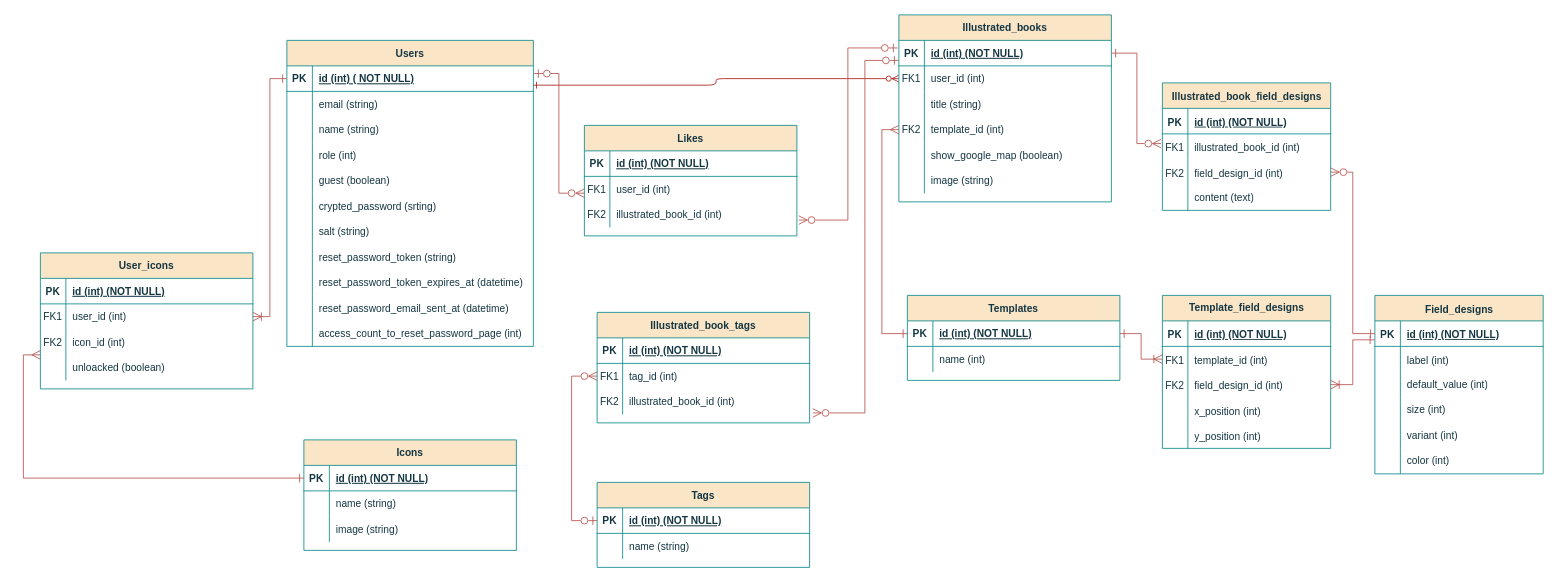
Before: ER図.drawio in furukoshi12/zukan-create, a draw.io diagram. Source tidied: cells renumbered, new cells numbered last; positions are measured from the earlier drawing's top-left corner, leaving out a move shared by most shapes. Both pictures are drawn from the tidied source at 85%, with x=0, y=0 at pixel (23, 14).
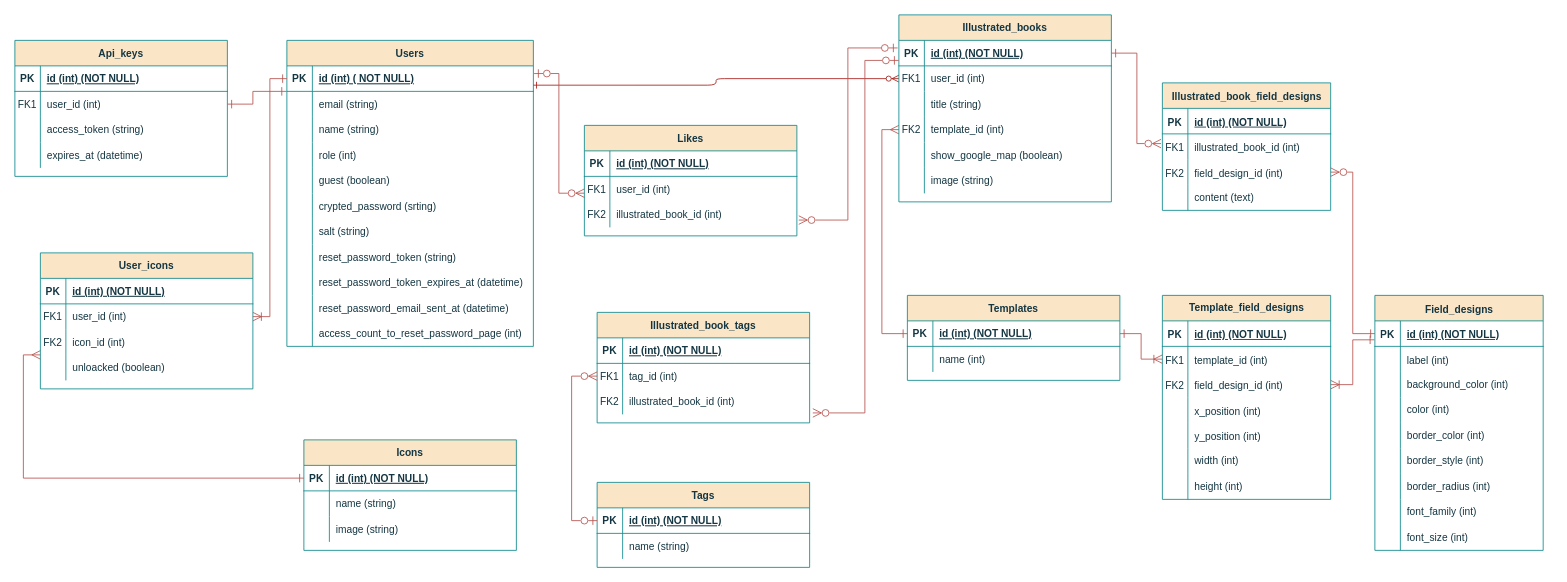
After the change.

Commit message:
ER図.drawio を更新します

Unchanged cells that the change refers to:
```xml
<mxCell id="97" style="shape=tableRow;horizontal=0;startSize=0;swimlaneHead=0;swimlaneBody=0;fillColor=none;top=0;left=0;right=0;bottom=0;strokeColor=#0F8B8D;fontSize=16;fontColor=#143642;" parent="90" vertex="1">
  <mxGeometry y="90" width="198" height="30" as="geometry" />
</mxCell>
<mxCell id="100" style="shape=tableRow;horizontal=0;startSize=0;swimlaneHead=0;swimlaneBody=0;fillColor=none;top=0;left=0;right=0;bottom=0;strokeColor=#0F8B8D;fontSize=16;fontColor=#143642;" parent="90" vertex="1">
  <mxGeometry y="120" width="198" height="30" as="geometry" />
</mxCell>
<mxCell id="103" style="shape=tableRow;horizontal=0;startSize=0;swimlaneHead=0;swimlaneBody=0;fillColor=none;top=0;left=0;right=0;bottom=0;strokeColor=#0F8B8D;fontSize=16;fontColor=#143642;" parent="90" vertex="1">
  <mxGeometry y="150" width="198" height="30" as="geometry" />
</mxCell>
<mxCell id="106" style="shape=tableRow;horizontal=0;startSize=0;swimlaneHead=0;swimlaneBody=0;fillColor=none;top=0;left=0;right=0;bottom=0;strokeColor=#0F8B8D;fontSize=16;fontColor=#143642;" parent="90" vertex="1">
  <mxGeometry y="180" width="198" height="30" as="geometry" />
</mxCell>
```

The edit, as a diff of the source:
```diff
@@
     <mxCell id="90" value="&lt;span style=&quot;font-size: 12px;&quot;&gt;Field_designs&lt;/span&gt;" style="shape=table;startSize=30;childLayout=tableLayout;rowLines=0;fontStyle=1;align=center;html=1;strokeColor=#0F8B8D;fontSize=16;fontColor=#143642;fillColor=#FAE5C7;" parent="1" vertex="1">
-      <mxGeometry x="1590" y="330" width="198" height="210" as="geometry" />
+      <mxGeometry x="1590" y="330" width="198" height="300" as="geometry" />
     </mxCell>
@@
-    <mxCell id="99" value="default_value (int)" style="shape=partialRectangle;fillColor=none;top=0;left=0;bottom=0;right=0;align=left;spacingLeft=6;overflow=hidden;whiteSpace=wrap;html=1;strokeColor=#0F8B8D;fontSize=12;fontColor=#143642;" parent="97" vertex="1">
+    <mxCell id="99" value="background_color (int)" style="shape=partialRectangle;fillColor=none;top=0;left=0;bottom=0;right=0;align=left;spacingLeft=6;overflow=hidden;whiteSpace=wrap;html=1;strokeColor=#0F8B8D;fontSize=12;fontColor=#143642;" parent="97" vertex="1">
       <mxGeometry x="30" width="168" height="30" as="geometry" />
     </mxCell>
@@
-    <mxCell id="102" value="size (int)" style="shape=partialRectangle;fillColor=none;top=0;left=0;bottom=0;right=0;align=left;spacingLeft=6;overflow=hidden;whiteSpace=wrap;html=1;strokeColor=#0F8B8D;fontSize=12;fontColor=#143642;" parent="100" vertex="1">
+    <mxCell id="102" value="color (int)" style="shape=partialRectangle;fillColor=none;top=0;left=0;bottom=0;right=0;align=left;spacingLeft=6;overflow=hidden;whiteSpace=wrap;html=1;strokeColor=#0F8B8D;fontSize=12;fontColor=#143642;" parent="100" vertex="1">
       <mxGeometry x="30" width="168" height="30" as="geometry" />
     </mxCell>
@@
-    <mxCell id="105" value="variant (int)" style="shape=partialRectangle;fillColor=none;top=0;left=0;bottom=0;right=0;align=left;spacingLeft=6;overflow=hidden;whiteSpace=wrap;html=1;strokeColor=#0F8B8D;fontSize=12;fontColor=#143642;" parent="103" vertex="1">
+    <mxCell id="105" value="border_color (int)" style="shape=partialRectangle;fillColor=none;top=0;left=0;bottom=0;right=0;align=left;spacingLeft=6;overflow=hidden;whiteSpace=wrap;html=1;strokeColor=#0F8B8D;fontSize=12;fontColor=#143642;" parent="103" vertex="1">
       <mxGeometry x="30" width="168" height="30" as="geometry" />
     </mxCell>
@@
-    <mxCell id="108" value="color (int)" style="shape=partialRectangle;fillColor=none;top=0;left=0;bottom=0;right=0;align=left;spacingLeft=6;overflow=hidden;whiteSpace=wrap;html=1;strokeColor=#0F8B8D;fontSize=12;fontColor=#143642;" parent="106" vertex="1">
+    <mxCell id="108" value="border_style (int)" style="shape=partialRectangle;fillColor=none;top=0;left=0;bottom=0;right=0;align=left;spacingLeft=6;overflow=hidden;whiteSpace=wrap;html=1;strokeColor=#0F8B8D;fontSize=12;fontColor=#143642;" parent="106" vertex="1">
       <mxGeometry x="30" width="168" height="30" as="geometry" />
     </mxCell>
+    <mxCell id="174" style="shape=tableRow;horizontal=0;startSize=0;swimlaneHead=0;swimlaneBody=0;fillColor=none;top=0;left=0;right=0;bottom=0;strokeColor=#0F8B8D;fontSize=16;fontColor=#143642;" parent="90" vertex="1">
+      <mxGeometry y="210" width="198" height="30" as="geometry" />
+    </mxCell>
+    <mxCell id="175" style="shape=partialRectangle;fillColor=none;top=0;left=0;bottom=0;right=0;overflow=hidden;whiteSpace=wrap;html=1;strokeColor=#0F8B8D;fontSize=16;fontColor=#143642;" parent="174" vertex="1">
+      <mxGeometry width="30" height="30" as="geometry" />
+    </mxCell>
+    <mxCell id="176" value="border_radius (int)" style="shape=partialRectangle;fillColor=none;top=0;left=0;bottom=0;right=0;align=left;spacingLeft=6;overflow=hidden;whiteSpace=wrap;html=1;strokeColor=#0F8B8D;fontSize=12;fontColor=#143642;" parent="174" vertex="1">
+      <mxGeometry x="30" width="168" height="30" as="geometry" />
+    </mxCell>
+    <mxCell id="177" style="shape=tableRow;horizontal=0;startSize=0;swimlaneHead=0;swimlaneBody=0;fillColor=none;top=0;left=0;right=0;bottom=0;strokeColor=#0F8B8D;fontSize=16;fontColor=#143642;" parent="90" vertex="1">
+      <mxGeometry y="240" width="198" height="30" as="geometry" />
+    </mxCell>
+    <mxCell id="178" style="shape=partialRectangle;fillColor=none;top=0;left=0;bottom=0;right=0;overflow=hidden;whiteSpace=wrap;html=1;strokeColor=#0F8B8D;fontSize=16;fontColor=#143642;" parent="177" vertex="1">
+      <mxGeometry width="30" height="30" as="geometry" />
+    </mxCell>
+    <mxCell id="179" value="font_family (int)" style="shape=partialRectangle;fillColor=none;top=0;left=0;bottom=0;right=0;align=left;spacingLeft=6;overflow=hidden;whiteSpace=wrap;html=1;strokeColor=#0F8B8D;fontSize=12;fontColor=#143642;" parent="177" vertex="1">
+      <mxGeometry x="30" width="168" height="30" as="geometry" />
+    </mxCell>
+    <mxCell id="180" style="shape=tableRow;horizontal=0;startSize=0;swimlaneHead=0;swimlaneBody=0;fillColor=none;top=0;left=0;right=0;bottom=0;strokeColor=#0F8B8D;fontSize=16;fontColor=#143642;" parent="90" vertex="1">
+      <mxGeometry y="270" width="198" height="30" as="geometry" />
+    </mxCell>
+    <mxCell id="181" style="shape=partialRectangle;fillColor=none;top=0;left=0;bottom=0;right=0;overflow=hidden;whiteSpace=wrap;html=1;strokeColor=#0F8B8D;fontSize=16;fontColor=#143642;" parent="180" vertex="1">
+      <mxGeometry width="30" height="30" as="geometry" />
+    </mxCell>
+    <mxCell id="182" value="font_size (int)" style="shape=partialRectangle;fillColor=none;top=0;left=0;bottom=0;right=0;align=left;spacingLeft=6;overflow=hidden;whiteSpace=wrap;html=1;strokeColor=#0F8B8D;fontSize=12;fontColor=#143642;" parent="180" vertex="1">
+      <mxGeometry x="30" width="168" height="30" as="geometry" />
+    </mxCell>
@@
     <mxCell id="125" value="&lt;span style=&quot;font-size: 12px;&quot;&gt;Template_field_designs&lt;/span&gt;" style="shape=table;startSize=30;childLayout=tableLayout;rowLines=0;fontStyle=1;align=center;html=1;strokeColor=#0F8B8D;fontSize=12;fontColor=#143642;fillColor=#FAE5C7;" parent="1" vertex="1">
-      <mxGeometry x="1340" y="330" width="198" height="180" as="geometry" />
+      <mxGeometry x="1340" y="330" width="198" height="240" as="geometry" />
     </mxCell>
@@
+    <mxCell id="183" style="shape=tableRow;horizontal=0;startSize=0;swimlaneHead=0;swimlaneBody=0;fillColor=none;top=0;left=0;right=0;bottom=0;strokeColor=#0F8B8D;fontSize=16;fontColor=#143642;" parent="125" vertex="1">
+      <mxGeometry y="180" width="198" height="30" as="geometry" />
+    </mxCell>
+    <mxCell id="184" style="shape=partialRectangle;fillColor=none;top=0;left=0;bottom=0;right=0;overflow=hidden;whiteSpace=wrap;html=1;strokeColor=#0F8B8D;fontSize=16;fontColor=#143642;" parent="183" vertex="1">
+      <mxGeometry width="30" height="30" as="geometry" />
+    </mxCell>
+    <mxCell id="185" value="width (int)" style="shape=partialRectangle;fillColor=none;top=0;left=0;bottom=0;right=0;align=left;spacingLeft=6;overflow=hidden;whiteSpace=wrap;html=1;strokeColor=#0F8B8D;fontSize=12;fontColor=#143642;" parent="183" vertex="1">
+      <mxGeometry x="30" width="168" height="30" as="geometry" />
+    </mxCell>
+    <mxCell id="186" style="shape=tableRow;horizontal=0;startSize=0;swimlaneHead=0;swimlaneBody=0;fillColor=none;top=0;left=0;right=0;bottom=0;strokeColor=#0F8B8D;fontSize=16;fontColor=#143642;" parent="125" vertex="1">
+      <mxGeometry y="210" width="198" height="30" as="geometry" />
+    </mxCell>
+    <mxCell id="187" style="shape=partialRectangle;fillColor=none;top=0;left=0;bottom=0;right=0;overflow=hidden;whiteSpace=wrap;html=1;strokeColor=#0F8B8D;fontSize=16;fontColor=#143642;" parent="186" vertex="1">
+      <mxGeometry width="30" height="30" as="geometry" />
+    </mxCell>
+    <mxCell id="188" value="height (int)" style="shape=partialRectangle;fillColor=none;top=0;left=0;bottom=0;right=0;align=left;spacingLeft=6;overflow=hidden;whiteSpace=wrap;html=1;strokeColor=#0F8B8D;fontSize=12;fontColor=#143642;" parent="186" vertex="1">
+      <mxGeometry x="30" width="168" height="30" as="geometry" />
+    </mxCell>
@@
+    <mxCell id="189" value="Api_keys" style="shape=table;startSize=30;childLayout=tableLayout;rowLines=0;fontStyle=1;align=center;labelBackgroundColor=none;fillColor=#FAE5C7;strokeColor=#0F8B8D;fontColor=#143642;" parent="1" vertex="1">
+      <mxGeometry x="-10" y="30" width="250" height="160" as="geometry" />
+    </mxCell>
+    <mxCell id="190" style="shape=partialRectangle;fillColor=none;top=0;left=0;right=0;bottom=1;labelBackgroundColor=none;strokeColor=#0F8B8D;fontColor=#143642;" parent="189" vertex="1">
+      <mxGeometry y="30" width="250" height="30" as="geometry" />
+    </mxCell>
+    <mxCell id="191" value="PK" style="shape=partialRectangle;overflow=hidden;fillColor=none;top=0;left=0;bottom=0;right=0;fontStyle=1;labelBackgroundColor=none;strokeColor=#0F8B8D;fontColor=#143642;" parent="190" vertex="1">
+      <mxGeometry width="30" height="30" as="geometry" />
+    </mxCell>
+    <mxCell id="192" value="id (int) (NOT NULL)" style="shape=partialRectangle;overflow=hidden;fillColor=none;top=0;left=0;bottom=0;right=0;align=left;spacingLeft=6;fontStyle=5;labelBackgroundColor=none;strokeColor=#0F8B8D;fontColor=#143642;" parent="190" vertex="1">
+      <mxGeometry x="30" width="220" height="30" as="geometry" />
+    </mxCell>
+    <mxCell id="193" style="shape=partialRectangle;fillColor=none;points=[[0,0.5],[1,0.5]];portConstraint=eastwest;top=0;left=0;right=0;bottom=0;labelBackgroundColor=none;strokeColor=#0F8B8D;fontColor=#143642;" parent="189" vertex="1">
+      <mxGeometry y="60" width="250" height="30" as="geometry" />
+    </mxCell>
+    <mxCell id="194" value="FK1" style="shape=partialRectangle;overflow=hidden;fillColor=none;top=0;left=0;bottom=0;right=0;labelBackgroundColor=none;strokeColor=#0F8B8D;fontColor=#143642;" parent="193" vertex="1">
+      <mxGeometry width="30" height="30" as="geometry" />
+    </mxCell>
+    <mxCell id="195" value="user_id (int)" style="shape=partialRectangle;overflow=hidden;fillColor=none;top=0;left=0;bottom=0;right=0;align=left;spacingLeft=6;labelBackgroundColor=none;strokeColor=#0F8B8D;fontColor=#143642;" parent="193" vertex="1">
+      <mxGeometry x="30" width="220" height="30" as="geometry" />
+    </mxCell>
+    <mxCell id="196" style="shape=partialRectangle;fillColor=none;top=0;left=0;right=0;bottom=0;labelBackgroundColor=none;strokeColor=#0F8B8D;fontColor=#143642;" parent="189" vertex="1">
+      <mxGeometry y="90" width="250" height="30" as="geometry" />
+    </mxCell>
+    <mxCell id="197" style="shape=partialRectangle;overflow=hidden;fillColor=none;top=0;left=0;bottom=0;right=0;labelBackgroundColor=none;strokeColor=#0F8B8D;fontColor=#143642;" parent="196" vertex="1">
+      <mxGeometry width="30" height="30" as="geometry" />
+    </mxCell>
+    <mxCell id="198" value="access_token (string)" style="shape=partialRectangle;overflow=hidden;fillColor=none;top=0;left=0;bottom=0;right=0;align=left;spacingLeft=6;labelBackgroundColor=none;strokeColor=#0F8B8D;fontColor=#143642;" parent="196" vertex="1">
+      <mxGeometry x="30" width="220" height="30" as="geometry" />
+    </mxCell>
+    <mxCell id="199" style="shape=partialRectangle;fillColor=none;top=0;left=0;right=0;bottom=0;labelBackgroundColor=none;strokeColor=#0F8B8D;fontColor=#143642;" parent="189" vertex="1">
+      <mxGeometry y="120" width="250" height="30" as="geometry" />
+    </mxCell>
+    <mxCell id="200" style="shape=partialRectangle;overflow=hidden;fillColor=none;top=0;left=0;bottom=0;right=0;labelBackgroundColor=none;strokeColor=#0F8B8D;fontColor=#143642;" parent="199" vertex="1">
+      <mxGeometry width="30" height="30" as="geometry" />
+    </mxCell>
+    <mxCell id="201" value="expires_at (datetime)" style="shape=partialRectangle;overflow=hidden;fillColor=none;top=0;left=0;bottom=0;right=0;align=left;spacingLeft=6;labelBackgroundColor=none;strokeColor=#0F8B8D;fontColor=#143642;" parent="199" vertex="1">
+      <mxGeometry x="30" width="220" height="30" as="geometry" />
+    </mxCell>
+    <mxCell id="202" style="edgeStyle=orthogonalEdgeStyle;rounded=0;jettySize=auto;html=1;exitX=1;exitY=0.5;exitDx=0;exitDy=0;fontSize=12;startSize=8;endSize=8;fillColor=#f8cecc;strokeColor=#b85450;endArrow=ERone;endFill=0;startArrow=ERone;startFill=0;" parent="1" edge="1" source="193">
+      <mxGeometry relative="1" as="geometry">
+        <mxPoint x="309" y="90" as="targetPoint" />
+        <Array as="points">
+          <mxPoint x="270" y="105" />
+          <mxPoint x="270" y="90" />
+        </Array>
+      </mxGeometry>
+    </mxCell>
```
